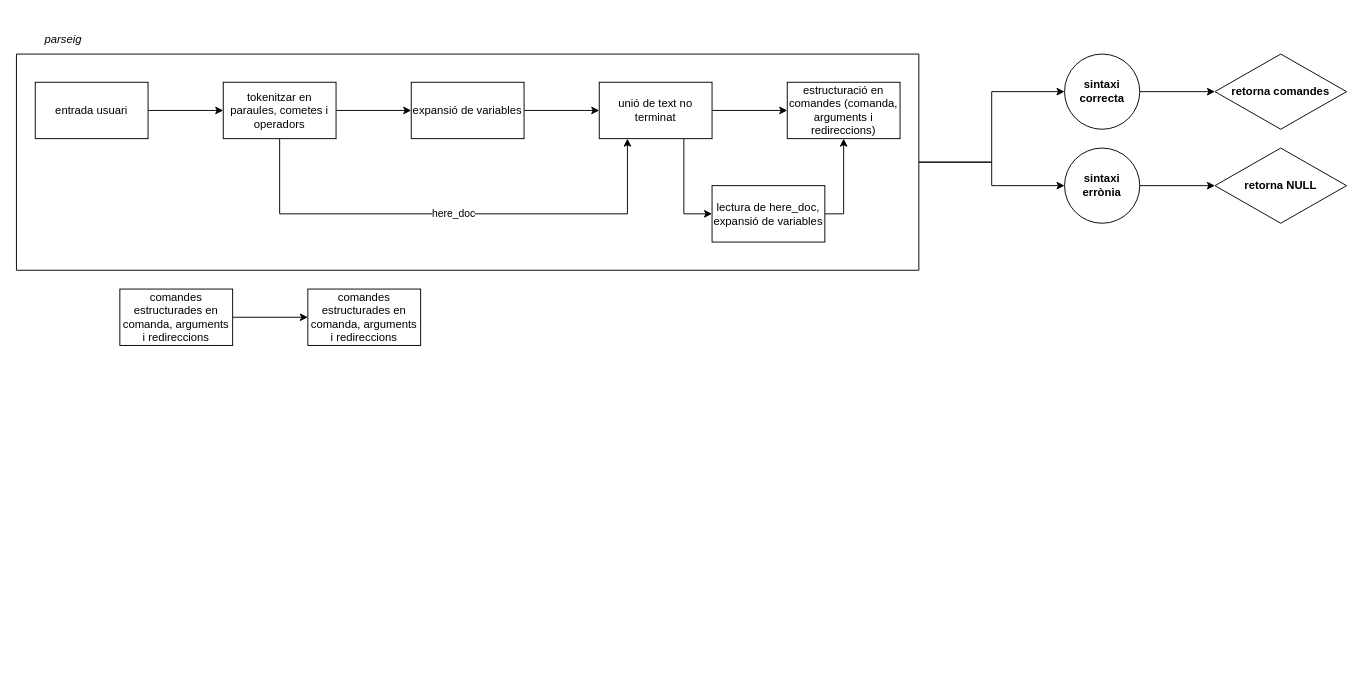
encarbassotnopot/42_minishell keeps this draw.io diagram as diagrama.drawio. Above is the earlier version. Source tidied: cells renumbered, new cells numbered last; positions are measured from the earlier drawing's top-left corner, leaving out a move shared by most shapes. Both pictures are drawn from the tidied source at 94%, with x=0, y=0 at pixel (16, 25).
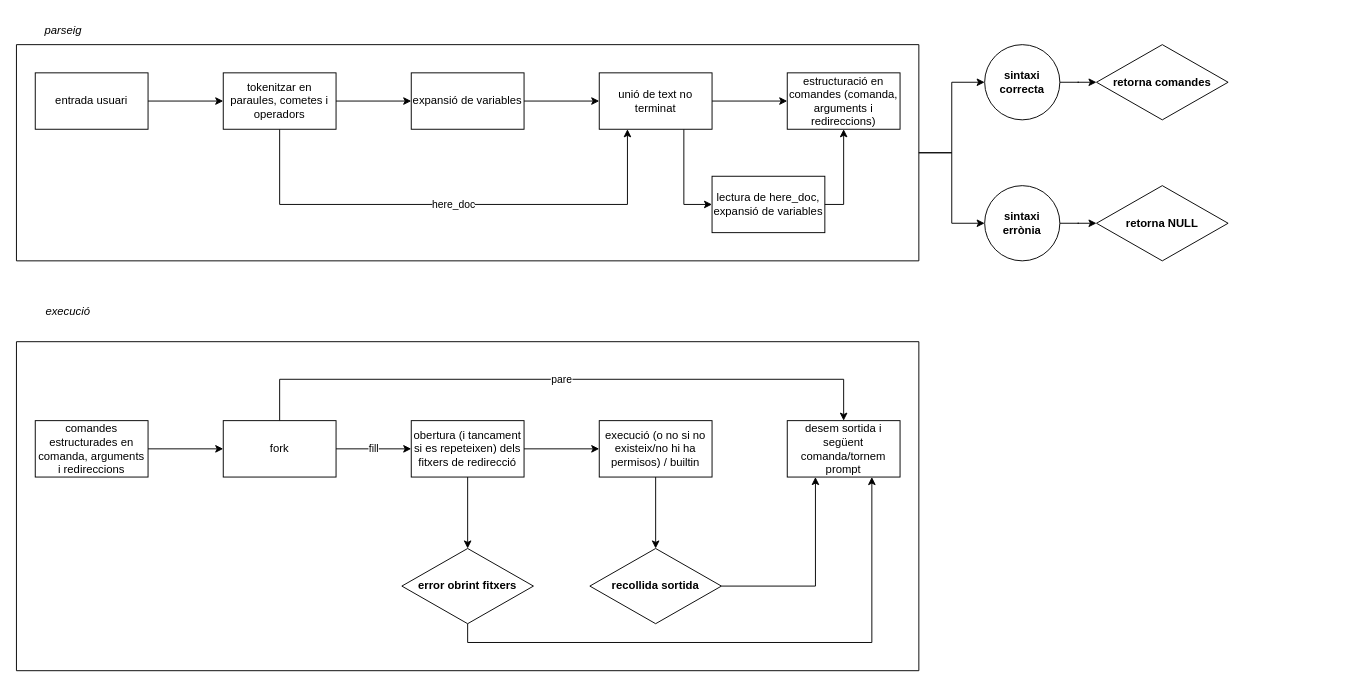
After the change.

Unchanged cells that the change refers to:
```xml
<mxCell id="14" style="swimlane;startSize=0;" parent="2" vertex="1">
  <mxGeometry y="30" width="960" height="230" as="geometry" />
</mxCell>
```

Change to the diagram source:
```diff
@@
     <mxCell id="2" style="group;" parent="1" vertex="1">
-      <mxGeometry width="960" height="260" as="geometry" />
+      <mxGeometry y="-10" width="960" height="260" as="geometry" />
     </mxCell>
@@
-    <mxCell id="18" style="edgeStyle=orthogonalEdgeStyle;rounded=0;jettySize=auto;html=1;" parent="1" edge="1" source="19" target="20">
-      <mxGeometry relative="1" as="geometry" />
-    </mxCell>
-    <mxCell id="19" value="comandes estructurades en comanda, arguments i redireccions" style="rounded=0;whiteSpace=wrap;html=1;" parent="1" vertex="1">
-      <mxGeometry x="110" y="280" width="120" height="60" as="geometry" />
-    </mxCell>
-    <mxCell id="20" value="comandes estructurades en comanda, arguments i redireccions" style="rounded=0;whiteSpace=wrap;html=1;" parent="1" vertex="1">
-      <mxGeometry x="310" y="280" width="120" height="60" as="geometry" />
-    </mxCell>
@@
     <mxCell id="22" value="sintaxi correcta" style="ellipse;whiteSpace=wrap;html=1;fontStyle=1;startSize=0;" parent="1" vertex="1">
-      <mxGeometry x="1115" y="30" width="80" height="80" as="geometry" />
+      <mxGeometry x="1030" y="20" width="80" height="80" as="geometry" />
     </mxCell>
@@
     <mxCell id="25" value="sintaxi errònia" style="ellipse;whiteSpace=wrap;html=1;fontStyle=1;startSize=0;" parent="1" vertex="1">
-      <mxGeometry x="1115" y="130" width="80" height="80" as="geometry" />
+      <mxGeometry x="1030" y="170" width="80" height="80" as="geometry" />
     </mxCell>
-    <mxCell id="26" style="edgeStyle=orthogonalEdgeStyle;rounded=0;jettySize=auto;html=1;" parent="1" edge="1" source="14" target="25">
+    <mxCell id="26" style="edgeStyle=orthogonalEdgeStyle;rounded=0;jettySize=auto;html=1;exitX=1;exitY=0.5;exitDx=0;exitDy=0;" parent="1" edge="1" source="14" target="25">
       <mxGeometry relative="1" as="geometry" />
     </mxCell>
     <mxCell id="27" value="retorna NULL" style="rhombus;whiteSpace=wrap;html=1;fontStyle=1;startSize=0;" parent="1" vertex="1">
-      <mxGeometry x="1275" y="130" width="140" height="80" as="geometry" />
+      <mxGeometry x="1149" y="170" width="140" height="80" as="geometry" />
     </mxCell>
     <mxCell id="28" value="retorna comandes" style="rhombus;whiteSpace=wrap;html=1;fontStyle=1;startSize=0;" parent="1" vertex="1">
-      <mxGeometry x="1275" y="30" width="140" height="80" as="geometry" />
+      <mxGeometry x="1149" y="20" width="140" height="80" as="geometry" />
     </mxCell>
+    <mxCell id="29" style="group;" parent="1" vertex="1">
+      <mxGeometry y="300" width="960" height="386" as="geometry" />
+    </mxCell>
+    <mxCell id="18" value="fill" style="edgeStyle=orthogonalEdgeStyle;rounded=0;jettySize=auto;html=1;" parent="29" edge="1" source="19" target="20">
+      <mxGeometry relative="1" as="geometry" />
+    </mxCell>
+    <mxCell id="30" value="pare" style="edgeStyle=orthogonalEdgeStyle;rounded=0;jettySize=auto;html=1;exitX=0.5;exitY=0;exitDx=0;exitDy=0;entryX=0.5;entryY=0;entryDx=0;entryDy=0;" parent="29" edge="1" source="19" target="39">
+      <mxGeometry relative="1" as="geometry">
+        <Array as="points">
+          <mxPoint x="280" y="76" />
+          <mxPoint x="880" y="76" />
+        </Array>
+      </mxGeometry>
+    </mxCell>
+    <mxCell id="19" value="fork" style="rounded=0;whiteSpace=wrap;html=1;" parent="29" vertex="1">
+      <mxGeometry x="220" y="120" width="120" height="60" as="geometry" />
+    </mxCell>
+    <mxCell id="31" style="edgeStyle=orthogonalEdgeStyle;rounded=0;jettySize=auto;html=1;" parent="29" edge="1" source="20" target="34">
+      <mxGeometry relative="1" as="geometry" />
+    </mxCell>
+    <mxCell id="32" style="edgeStyle=orthogonalEdgeStyle;rounded=0;jettySize=auto;html=1;" parent="29" edge="1" source="20" target="36">
+      <mxGeometry relative="1" as="geometry" />
+    </mxCell>
+    <mxCell id="20" value="obertura (i tancament si es repeteixen) dels fitxers de redirecció" style="rounded=0;whiteSpace=wrap;html=1;" parent="29" vertex="1">
+      <mxGeometry x="420" y="120" width="120" height="60" as="geometry" />
+    </mxCell>
+    <mxCell id="33" style="edgeStyle=orthogonalEdgeStyle;rounded=0;jettySize=auto;html=1;entryX=0.5;entryY=0;entryDx=0;entryDy=0;" parent="29" edge="1" source="34" target="41">
+      <mxGeometry relative="1" as="geometry" />
+    </mxCell>
+    <mxCell id="34" value="&lt;div&gt;execució (o no si no existeix/no hi ha permisos) / builtin&lt;/div&gt;" style="rounded=0;whiteSpace=wrap;html=1;" parent="29" vertex="1">
+      <mxGeometry x="620" y="120" width="120" height="60" as="geometry" />
+    </mxCell>
+    <mxCell id="35" style="edgeStyle=orthogonalEdgeStyle;rounded=0;jettySize=auto;html=1;exitX=0.5;exitY=1;exitDx=0;exitDy=0;entryX=0.75;entryY=1;entryDx=0;entryDy=0;" parent="29" edge="1" source="36" target="39">
+      <mxGeometry relative="1" as="geometry" />
+    </mxCell>
+    <mxCell id="36" value="error obrint fitxers" style="rhombus;whiteSpace=wrap;html=1;rounded=0;fontStyle=1;" parent="29" vertex="1">
+      <mxGeometry x="410" y="256" width="140" height="80" as="geometry" />
+    </mxCell>
+    <mxCell id="37" style="edgeStyle=orthogonalEdgeStyle;rounded=0;jettySize=auto;html=1;exitX=1;exitY=0.5;exitDx=0;exitDy=0;entryX=0;entryY=0.5;entryDx=0;entryDy=0;" parent="29" edge="1" source="38" target="19">
+      <mxGeometry relative="1" as="geometry" />
+    </mxCell>
+    <mxCell id="38" value="comandes estructurades en comanda, arguments i redireccions" style="rounded=0;whiteSpace=wrap;html=1;" parent="29" vertex="1">
+      <mxGeometry x="20" y="120" width="120" height="60" as="geometry" />
+    </mxCell>
+    <mxCell id="39" value="desem sortida i següent comanda/tornem prompt" style="rounded=0;whiteSpace=wrap;html=1;" parent="29" vertex="1">
+      <mxGeometry x="820" y="120" width="120" height="60" as="geometry" />
+    </mxCell>
+    <mxCell id="40" style="edgeStyle=orthogonalEdgeStyle;rounded=0;jettySize=auto;html=1;exitX=1;exitY=0.5;exitDx=0;exitDy=0;entryX=0.25;entryY=1;entryDx=0;entryDy=0;" parent="29" edge="1" source="41" target="39">
+      <mxGeometry relative="1" as="geometry" />
+    </mxCell>
+    <mxCell id="41" value="recollida sortida" style="rhombus;whiteSpace=wrap;html=1;rounded=0;fontStyle=1;" parent="29" vertex="1">
+      <mxGeometry x="610" y="256" width="140" height="80" as="geometry" />
+    </mxCell>
+    <mxCell id="42" style="swimlane;startSize=0;" parent="29" vertex="1">
+      <mxGeometry y="36" width="960" height="350" as="geometry" />
+    </mxCell>
+    <mxCell id="43" value="&lt;div align=&quot;center&quot;&gt;execució&lt;/div&gt;" style="text;whiteSpace=wrap;html=1;align=center;fontStyle=2;" parent="29" vertex="1">
+      <mxGeometry x="20" y="-10" width="70" height="30" as="geometry" />
+    </mxCell>
```
